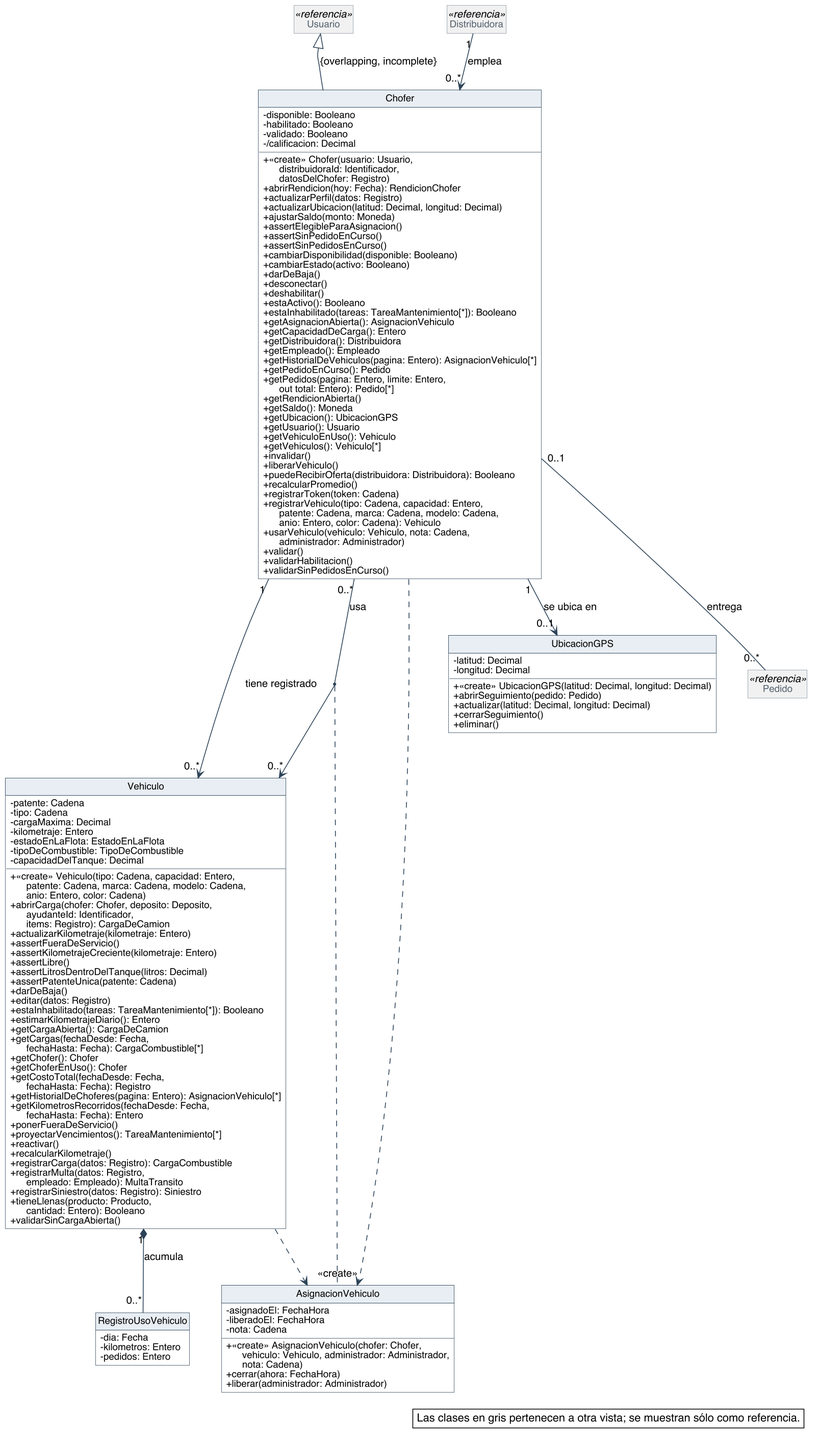
Above: diagramas/clases-diseno/DC_Choferes-y-vehiculos.png in Nahuelito-Dev/splg-docs (PlantUML), before the change.
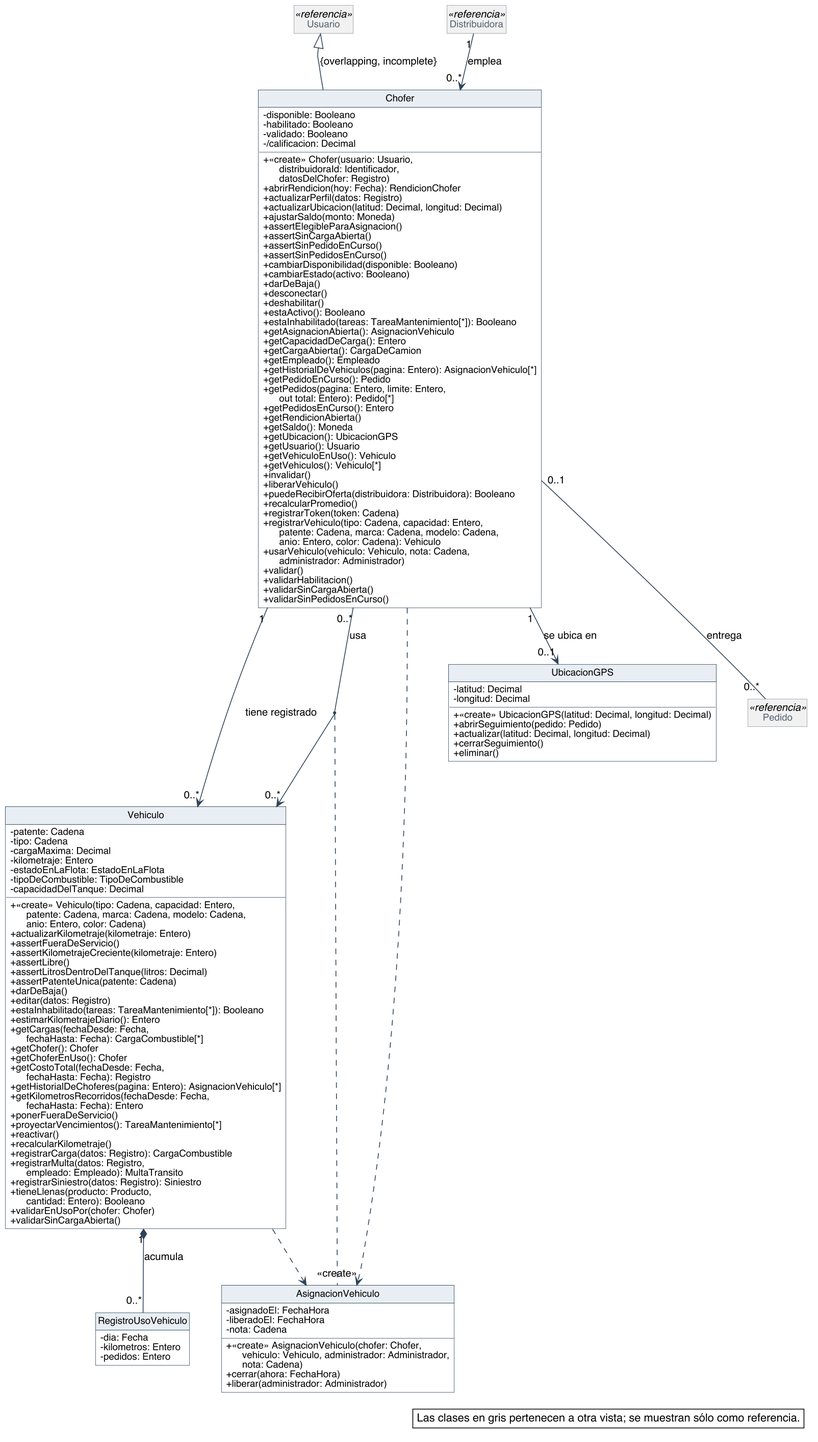
The same diagram one commit later.

The edit, as a diff of the source:
```diff
@@ -68,6 +68,7 @@
   + actualizarUbicacion(latitud: Decimal, longitud: Decimal)
   + ajustarSaldo(monto: Moneda)
   + assertElegibleParaAsignacion()
+  + assertSinCargaAbierta()
   + assertSinPedidoEnCurso()
   + assertSinPedidosEnCurso()
   + cambiarDisponibilidad(disponible: Booleano)
@@ -79,11 +80,12 @@
   + estaInhabilitado(tareas: TareaMantenimiento[*]): Booleano
   + getAsignacionAbierta(): AsignacionVehiculo
   + getCapacidadDeCarga(): Entero
-  + getDistribuidora(): Distribuidora
+  + getCargaAbierta(): CargaDeCamion
   + getEmpleado(): Empleado
   + getHistorialDeVehiculos(pagina: Entero): AsignacionVehiculo[*]
   + getPedidoEnCurso(): Pedido
   + getPedidos(pagina: Entero, limite: Entero,\n      out total: Entero): Pedido[*]
+  + getPedidosEnCurso(): Entero
   + getRendicionAbierta()
   + getSaldo(): Moneda
   + getUbicacion(): UbicacionGPS
@@ -99,6 +101,7 @@
   + usarVehiculo(vehiculo: Vehiculo, nota: Cadena,\n      administrador: Administrador)
   + validar()
   + validarHabilitacion()
+  + validarSinCargaAbierta()
   + validarSinPedidosEnCurso()
 }
 class Vehiculo {
@@ -110,7 +113,6 @@
   - tipoDeCombustible: TipoDeCombustible
   - capacidadDelTanque: Decimal
   + «create» Vehiculo(tipo: Cadena, capacidad: Entero,\n      patente: Cadena, marca: Cadena, modelo: Cadena,\n      anio: Entero, color: Cadena)
-  + abrirCarga(chofer: Chofer, deposito: Deposito,\n      ayudanteId: Identificador,\n      items: Registro): CargaDeCamion
   + actualizarKilometraje(kilometraje: Entero)
   + assertFueraDeServicio()
   + assertKilometrajeCreciente(kilometraje: Entero)
@@ -121,7 +123,6 @@
   + editar(datos: Registro)
   + estaInhabilitado(tareas: TareaMantenimiento[*]): Booleano
   + estimarKilometrajeDiario(): Entero
-  + getCargaAbierta(): CargaDeCamion
   + getCargas(fechaDesde: Fecha,\n      fechaHasta: Fecha): CargaCombustible[*]
   + getChofer(): Chofer
   + getChoferEnUso(): Chofer
@@ -136,6 +137,7 @@
   + registrarMulta(datos: Registro,\n      empleado: Empleado): MultaTransito
   + registrarSiniestro(datos: Registro): Siniestro
   + tieneLlenas(producto: Producto,\n      cantidad: Entero): Booleano
+  + validarEnUsoPor(chofer: Chofer)
   + validarSinCargaAbierta()
 }
 class AsignacionVehiculo {
```
